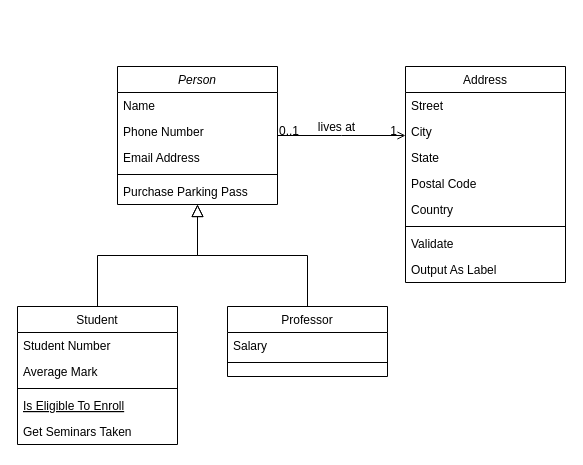
This is Biểu đồ không có tiêu đề.drawio from cudhuy/SE.20222, a draw.io file, before an edit. Source tidied: cells renumbered, new cells numbered last; positions are measured from the earlier drawing's top-left corner, leaving out a move shared by most shapes. Both pictures are drawn from the tidied source at 100%, with x=0, y=0 at pixel (17, 66).
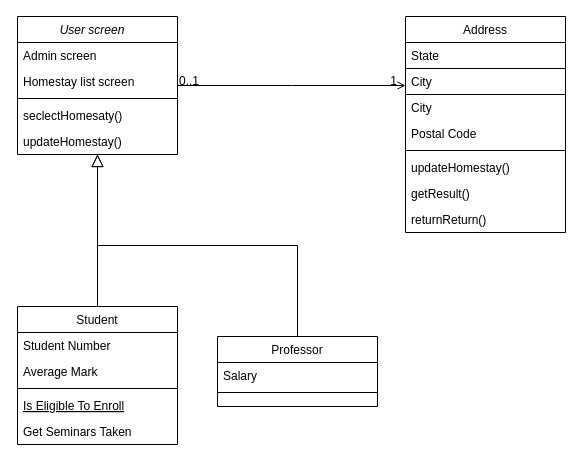
Above is the later version.

Commit message:
Cập nhật class.drawio

The change refers to these unchanged cells:
```xml
<mxCell id="28" style="endArrow=open;shadow=0;strokeWidth=1;rounded=0;endFill=1;edgeStyle=elbowEdgeStyle;elbow=vertical;" parent="1" edge="1" source="2" target="19">
  <mxGeometry x="0.5" y="41" relative="1" as="geometry">
    <mxPoint x="-40" y="32" as="offset" />
  </mxGeometry>
</mxCell>
```

Diff of the diagram source:
```diff
@@
-    <mxCell id="2" value="Person" style="swimlane;fontStyle=2;align=center;verticalAlign=top;horizontal=1;startSize=26;rounded=0;shadow=0;strokeWidth=1;" parent="1" vertex="1">
-      <mxGeometry x="100" width="160" height="138" as="geometry" />
+    <mxCell id="2" value="User screen   " style="swimlane;fontStyle=2;align=center;verticalAlign=top;horizontal=1;startSize=26;rounded=0;shadow=0;strokeWidth=1;" parent="1" vertex="1">
+      <mxGeometry y="-50" width="160" height="138" as="geometry" />
     </mxCell>
-    <mxCell id="3" value="Name" style="text;align=left;verticalAlign=top;spacingLeft=4;spacingRight=4;overflow=hidden;" parent="2" vertex="1">
+    <mxCell id="3" value="Admin screen" style="text;align=left;verticalAlign=top;spacingLeft=4;spacingRight=4;overflow=hidden;" parent="2" vertex="1">
       <mxGeometry y="26" width="160" height="26" as="geometry" />
     </mxCell>
-    <mxCell id="4" value="Phone Number" style="text;align=left;verticalAlign=top;spacingLeft=4;spacingRight=4;overflow=hidden;rounded=0;shadow=0;html=0;" parent="2" vertex="1">
+    <mxCell id="4" value="Homestay list screen" style="text;align=left;verticalAlign=top;spacingLeft=4;spacingRight=4;overflow=hidden;rounded=0;shadow=0;html=0;" parent="2" vertex="1">
       <mxGeometry y="52" width="160" height="26" as="geometry" />
     </mxCell>
-    <mxCell id="5" value="Email Address" style="text;align=left;verticalAlign=top;spacingLeft=4;spacingRight=4;overflow=hidden;rounded=0;shadow=0;html=0;" parent="2" vertex="1">
-      <mxGeometry y="78" width="160" height="26" as="geometry" />
-    </mxCell>
     <mxCell id="6" style="line;html=1;strokeWidth=1;align=left;verticalAlign=middle;spacingTop=-1;spacingLeft=3;spacingRight=3;labelPosition=right;" parent="2" vertex="1">
-      <mxGeometry y="104" width="160" height="8" as="geometry" />
+      <mxGeometry y="78" width="160" height="8" as="geometry" />
     </mxCell>
-    <mxCell id="7" value="Purchase Parking Pass" style="text;align=left;verticalAlign=top;spacingLeft=4;spacingRight=4;overflow=hidden;" parent="2" vertex="1">
-      <mxGeometry y="112" width="160" height="26" as="geometry" />
+    <mxCell id="7" value="seclectHomesaty()" style="text;align=left;verticalAlign=top;spacingLeft=4;spacingRight=4;overflow=hidden;" parent="2" vertex="1">
+      <mxGeometry y="86" width="160" height="26" as="geometry" />
     </mxCell>
+    <mxCell id="20" value="updateHomestay()" style="text;align=left;verticalAlign=top;spacingLeft=4;spacingRight=4;overflow=hidden;" parent="2" vertex="1">
+      <mxGeometry y="112" width="160" height="26" as="geometry" />
+    </mxCell>
@@
     <mxCell id="15" value="Professor" style="swimlane;fontStyle=0;align=center;verticalAlign=top;horizontal=1;startSize=26;rounded=0;shadow=0;strokeWidth=1;" parent="1" vertex="1">
-      <mxGeometry x="210" y="240" width="160" height="70" as="geometry" />
+      <mxGeometry x="200" y="270" width="160" height="70" as="geometry" />
     </mxCell>
@@
     <mxCell id="19" value="Address" style="swimlane;fontStyle=0;align=center;verticalAlign=top;horizontal=1;startSize=26;rounded=0;shadow=0;strokeWidth=1;" parent="1" vertex="1">
-      <mxGeometry x="388" width="160" height="216" as="geometry" />
+      <mxGeometry x="388" y="-50" width="160" height="216" as="geometry" />
     </mxCell>
-    <mxCell id="20" value="Street" style="text;align=left;verticalAlign=top;spacingLeft=4;spacingRight=4;overflow=hidden;" parent="19" vertex="1">
-      <mxGeometry y="26" width="160" height="26" as="geometry" />
-    </mxCell>
+    <mxCell id="22" value="State" style="text;align=left;verticalAlign=top;spacingLeft=4;spacingRight=4;overflow=hidden;rounded=0;shadow=0;html=0;" parent="19" vertex="1">
+      <mxGeometry y="26" width="160" height="26" as="geometry" />
+    </mxCell>
-    <mxCell id="21" value="City" style="text;align=left;verticalAlign=top;spacingLeft=4;spacingRight=4;overflow=hidden;rounded=0;shadow=0;html=0;" parent="19" vertex="1">
+    <mxCell id="21" value="City" style="text;align=left;verticalAlign=top;spacingLeft=4;spacingRight=4;overflow=hidden;rounded=0;shadow=0;html=0;fillColor=default;strokeColor=default;" parent="19" vertex="1">
       <mxGeometry y="52" width="160" height="26" as="geometry" />
     </mxCell>
-    <mxCell id="22" value="State" style="text;align=left;verticalAlign=top;spacingLeft=4;spacingRight=4;overflow=hidden;rounded=0;shadow=0;html=0;" parent="19" vertex="1">
-      <mxGeometry y="78" width="160" height="26" as="geometry" />
-    </mxCell>
+    <mxCell id="32" value="City" style="text;align=left;verticalAlign=top;spacingLeft=4;spacingRight=4;overflow=hidden;rounded=0;shadow=0;html=0;" parent="19" vertex="1">
+      <mxGeometry y="78" width="160" height="26" as="geometry" />
+    </mxCell>
@@
-    <mxCell id="24" value="Country" style="text;align=left;verticalAlign=top;spacingLeft=4;spacingRight=4;overflow=hidden;rounded=0;shadow=0;html=0;" parent="19" vertex="1">
-      <mxGeometry y="130" width="160" height="26" as="geometry" />
-    </mxCell>
     <mxCell id="25" style="line;html=1;strokeWidth=1;align=left;verticalAlign=middle;spacingTop=-1;spacingLeft=3;spacingRight=3;labelPosition=right;" parent="19" vertex="1">
-      <mxGeometry y="156" width="160" height="8" as="geometry" />
+      <mxGeometry y="130" width="160" height="8" as="geometry" />
     </mxCell>
-    <mxCell id="26" value="Validate" style="text;align=left;verticalAlign=top;spacingLeft=4;spacingRight=4;overflow=hidden;" parent="19" vertex="1">
-      <mxGeometry y="164" width="160" height="26" as="geometry" />
+    <mxCell id="26" value="updateHomestay()" style="text;align=left;verticalAlign=top;spacingLeft=4;spacingRight=4;overflow=hidden;" parent="19" vertex="1">
+      <mxGeometry y="138" width="160" height="26" as="geometry" />
     </mxCell>
-    <mxCell id="27" value="Output As Label" style="text;align=left;verticalAlign=top;spacingLeft=4;spacingRight=4;overflow=hidden;" parent="19" vertex="1">
-      <mxGeometry y="190" width="160" height="26" as="geometry" />
+    <mxCell id="27" value="getResult()" style="text;align=left;verticalAlign=top;spacingLeft=4;spacingRight=4;overflow=hidden;" parent="19" vertex="1">
+      <mxGeometry y="164" width="160" height="26" as="geometry" />
     </mxCell>
+    <mxCell id="24" value="returnReturn()" style="text;align=left;verticalAlign=top;spacingLeft=4;spacingRight=4;overflow=hidden;rounded=0;shadow=0;html=0;" parent="19" vertex="1">
+      <mxGeometry y="190" width="160" height="26" as="geometry" />
+    </mxCell>
@@
-    <mxCell id="31" value="lives at" style="text;html=1;align=center;verticalAlign=middle;labelBackgroundColor=none;rounded=0;shadow=0;strokeWidth=1;fontSize=12;" parent="28" vertex="1">
-      <mxGeometry x="0.5" y="49" relative="1" as="geometry">
-        <mxPoint x="-38" y="40" as="offset" />
-      </mxGeometry>
-    </mxCell>
```
